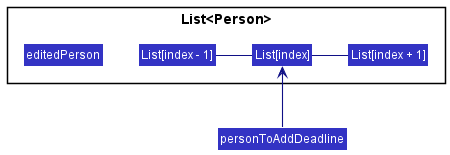
Earlier version of the PlantUML export docs/images/DeadlineState3.png (weijuey/tp). Source of this version:
```plantuml
@startuml
!include style.puml
skinparam arrowThickness 1.1
skinparam arrowColor LOGIC_COLOR_T4
skinparam classBackgroundColor LOGIC_COLOR

package List<Person> {
Class "List[index - 1]" as Person1
Class "List[index]" as Person2
Class "List[index + 1]" as Person3
Class "editedPerson" as Person4
}


Person1 - Person2
Person2 - Person3

class Pointer as "personToAddDeadline"
Pointer -up-> Person2
@enduml
```
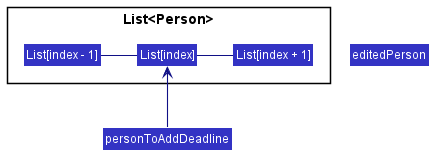
Above is the later version.

Commit message:
Make changes to deadline diagrams

What changed in the source:
```diff
@@ -8,8 +8,9 @@
 Class "List[index - 1]" as Person1
 Class "List[index]" as Person2
 Class "List[index + 1]" as Person3
+}
+
 Class "editedPerson" as Person4
-}
 
 
 Person1 - Person2
```
